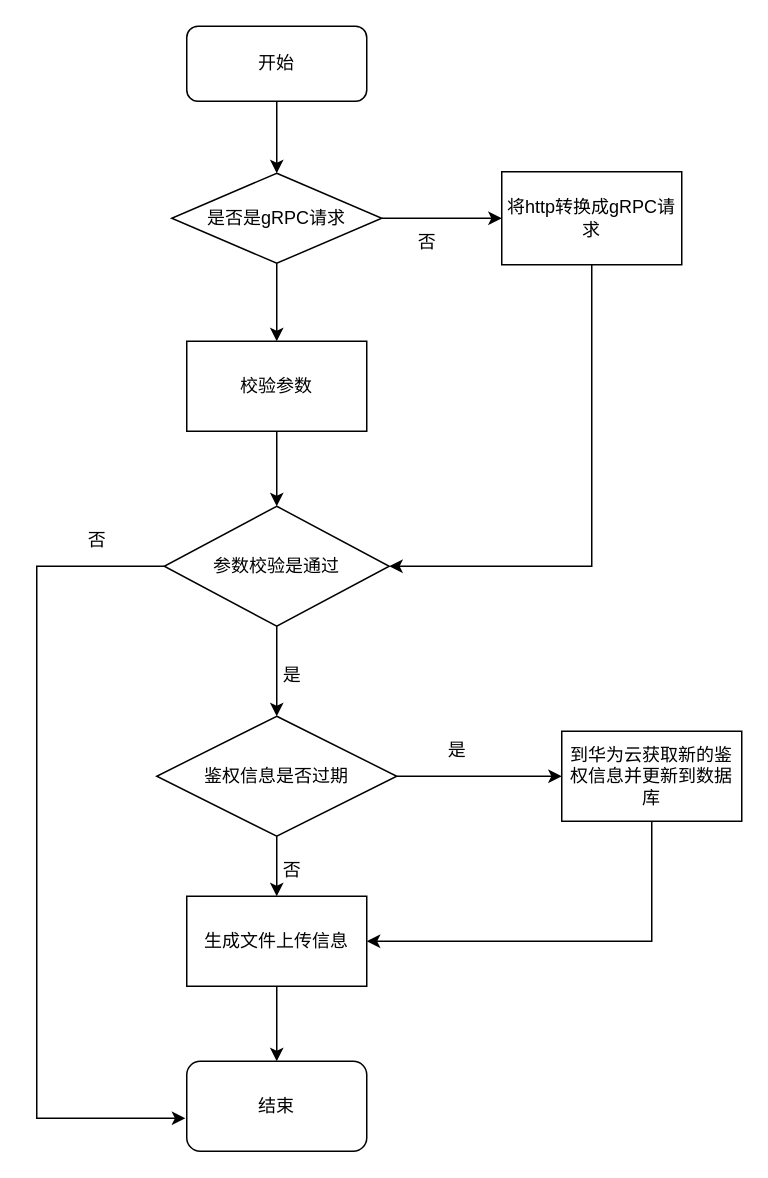
tianjiawei/draw keeps this draw.io diagram as 存储中台上传结果上报接口流程图.drawio. Above is the earlier version. Source tidied: cells renumbered, new cells numbered last; positions are measured from the earlier drawing's top-left corner, leaving out a move shared by most shapes. Both pictures are drawn from the tidied source at 150%, with x=0, y=0 at pixel (36, 26).
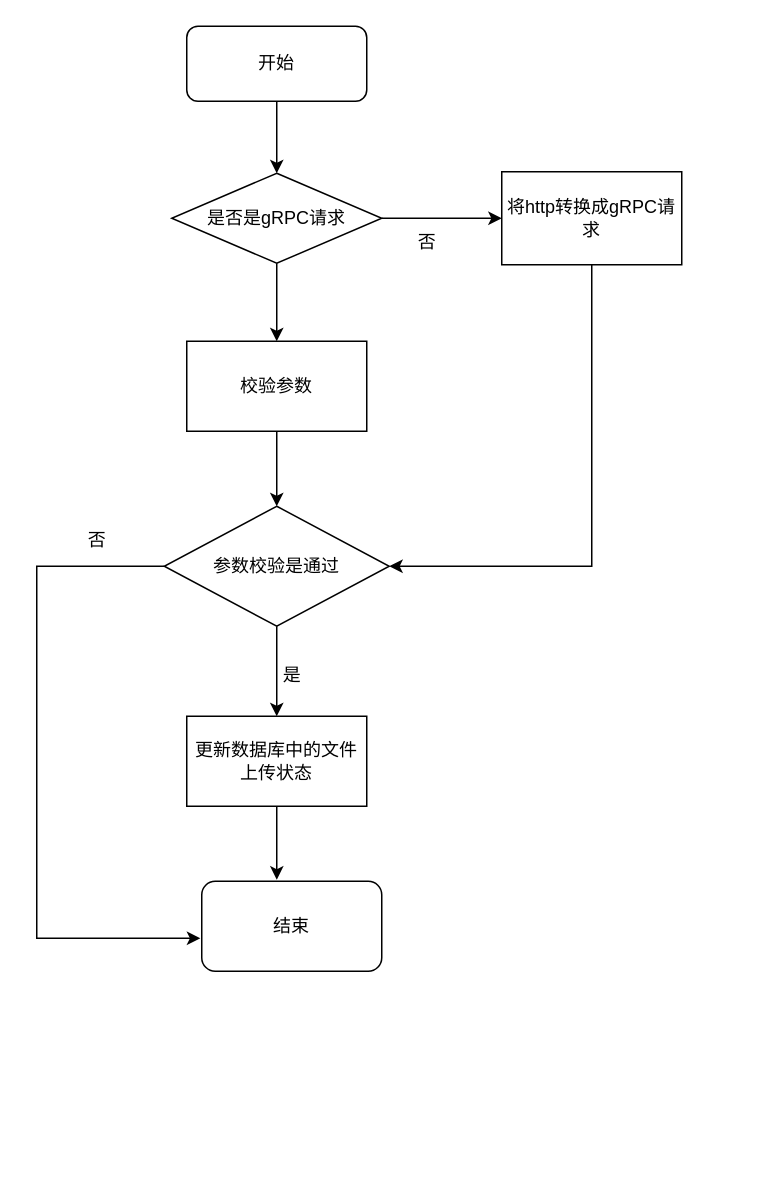
The same diagram, later.

Commit message:
更新存储中台上传结果上报接口流程图.drawio

The change refers to these unchanged cells:
```xml
<mxCell id="10" value="参数校验是通过" style="rhombus;whiteSpace=wrap;html=1;" parent="1" vertex="1">
  <mxGeometry x="85" y="320" width="150" height="80" as="geometry" />
</mxCell>
```

The edit, as a diff of the source:
```diff
@@
     <mxCell id="9" style="edgeStyle=orthogonalEdgeStyle;rounded=0;jettySize=auto;html=1;exitX=0;exitY=0.5;exitDx=0;exitDy=0;entryX=-0.008;entryY=0.633;entryDx=0;entryDy=0;entryPerimeter=0;" parent="1" edge="1" source="10" target="17">
       <mxGeometry relative="1" as="geometry">
         <Array as="points">
           <mxPoint y="360" />
-          <mxPoint y="728" />
+          <mxPoint y="608" />
         </Array>
       </mxGeometry>
     </mxCell>
@@
-    <mxCell id="11" style="edgeStyle=orthogonalEdgeStyle;rounded=0;jettySize=auto;html=1;exitX=0.5;exitY=1;exitDx=0;exitDy=0;entryX=0.5;entryY=0;entryDx=0;entryDy=0;" parent="1" edge="1" source="13" target="16">
-      <mxGeometry relative="1" as="geometry" />
-    </mxCell>
-    <mxCell id="12" style="edgeStyle=orthogonalEdgeStyle;rounded=0;jettySize=auto;html=1;exitX=1;exitY=0.5;exitDx=0;exitDy=0;" parent="1" edge="1" source="13">
-      <mxGeometry relative="1" as="geometry">
-        <mxPoint x="350" y="500" as="targetPoint" />
-      </mxGeometry>
-    </mxCell>
-    <mxCell id="13" value="鉴权信息是否过期" style="rhombus;whiteSpace=wrap;html=1;" parent="1" vertex="1">
-      <mxGeometry x="80" y="460" width="160" height="80" as="geometry" />
-    </mxCell>
@@
-    <mxCell id="15" style="edgeStyle=orthogonalEdgeStyle;rounded=0;jettySize=auto;html=1;exitX=0.5;exitY=1;exitDx=0;exitDy=0;" parent="1" edge="1" source="16">
-      <mxGeometry relative="1" as="geometry">
-        <mxPoint x="160" y="690" as="targetPoint" />
-      </mxGeometry>
+    <mxCell id="15" style="edgeStyle=orthogonalEdgeStyle;rounded=0;jettySize=auto;html=1;exitX=0.5;exitY=1;exitDx=0;exitDy=0;entryX=0.417;entryY=-0.017;entryDx=0;entryDy=0;entryPerimeter=0;" parent="1" edge="1" source="16" target="17">
+      <mxGeometry relative="1" as="geometry" />
     </mxCell>
-    <mxCell id="16" value="生成文件上传信息" style="rounded=0;whiteSpace=wrap;html=1;" parent="1" vertex="1">
-      <mxGeometry x="100" y="580" width="120" height="60" as="geometry" />
+    <mxCell id="16" value="更新数据库中的文件上传状态" style="rounded=0;whiteSpace=wrap;html=1;" parent="1" vertex="1">
+      <mxGeometry x="100" y="460" width="120" height="60" as="geometry" />
     </mxCell>
     <mxCell id="17" value="结束" style="rounded=1;whiteSpace=wrap;html=1;" parent="1" vertex="1">
-      <mxGeometry x="100" y="690" width="120" height="60" as="geometry" />
+      <mxGeometry x="110" y="570" width="120" height="60" as="geometry" />
     </mxCell>
@@
-    <mxCell id="21" value="否" style="text;html=1;align=center;verticalAlign=middle;strokeColor=none;fillColor=none;" parent="1" vertex="1">
-      <mxGeometry x="150" y="548" width="40" height="30" as="geometry" />
-    </mxCell>
-    <mxCell id="22" value="是" style="text;html=1;align=center;verticalAlign=middle;strokeColor=none;fillColor=none;" parent="1" vertex="1">
-      <mxGeometry x="260" y="468" width="40" height="30" as="geometry" />
-    </mxCell>
-    <mxCell id="23" style="edgeStyle=orthogonalEdgeStyle;rounded=0;jettySize=auto;html=1;exitX=0.5;exitY=1;exitDx=0;exitDy=0;entryX=1;entryY=0.5;entryDx=0;entryDy=0;" parent="1" edge="1" source="24" target="16">
-      <mxGeometry relative="1" as="geometry" />
-    </mxCell>
-    <mxCell id="24" value="到华为云获取新的鉴权信息并更新到数据库" style="rounded=0;whiteSpace=wrap;html=1;" parent="1" vertex="1">
-      <mxGeometry x="350" y="470" width="120" height="60" as="geometry" />
-    </mxCell>
```
